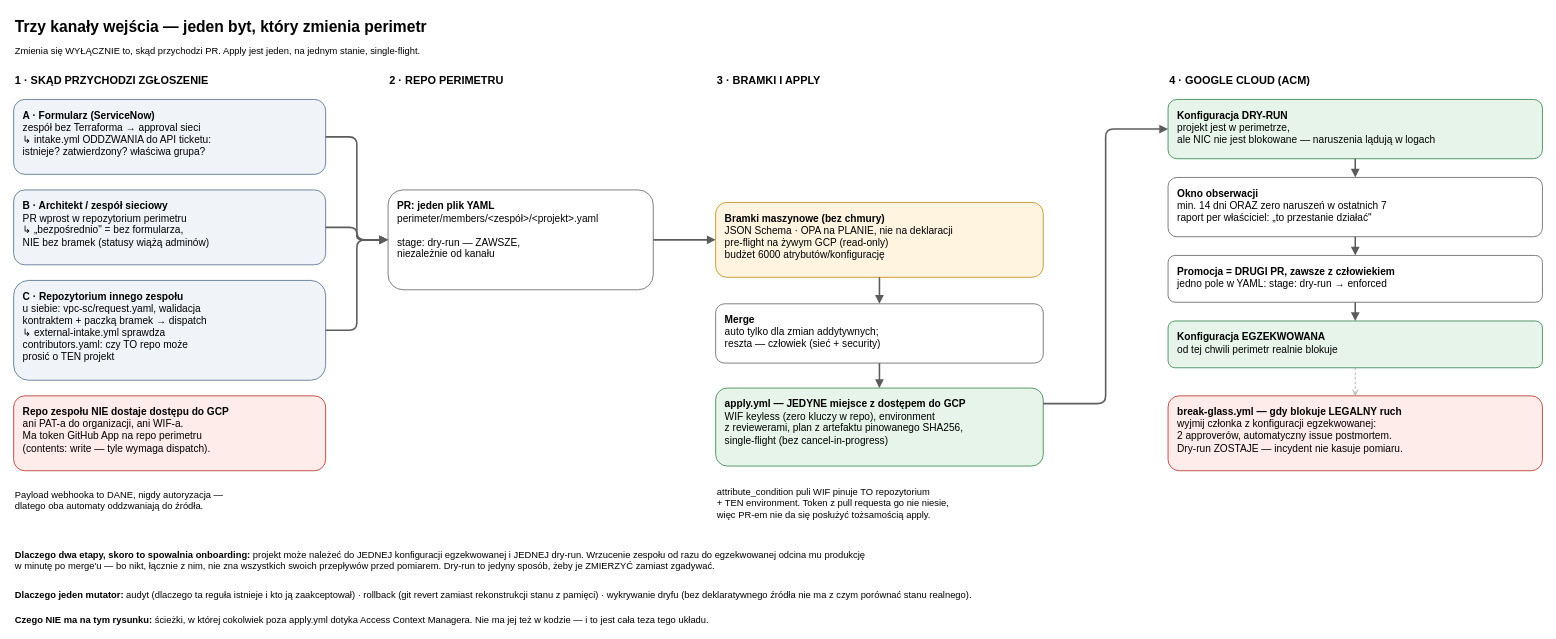
CptDolphin/gcp-vpc-sc keeps this draw.io diagram as docs/diagrams/D6-trzy-kanaly.drawio. Above is the earlier version. Source tidied: cells renumbered, new cells numbered last; positions are measured from the earlier drawing's top-left corner, leaving out a move shared by most shapes. Both pictures are drawn from the tidied source at 78%, with x=0, y=0 at pixel (13, 13).
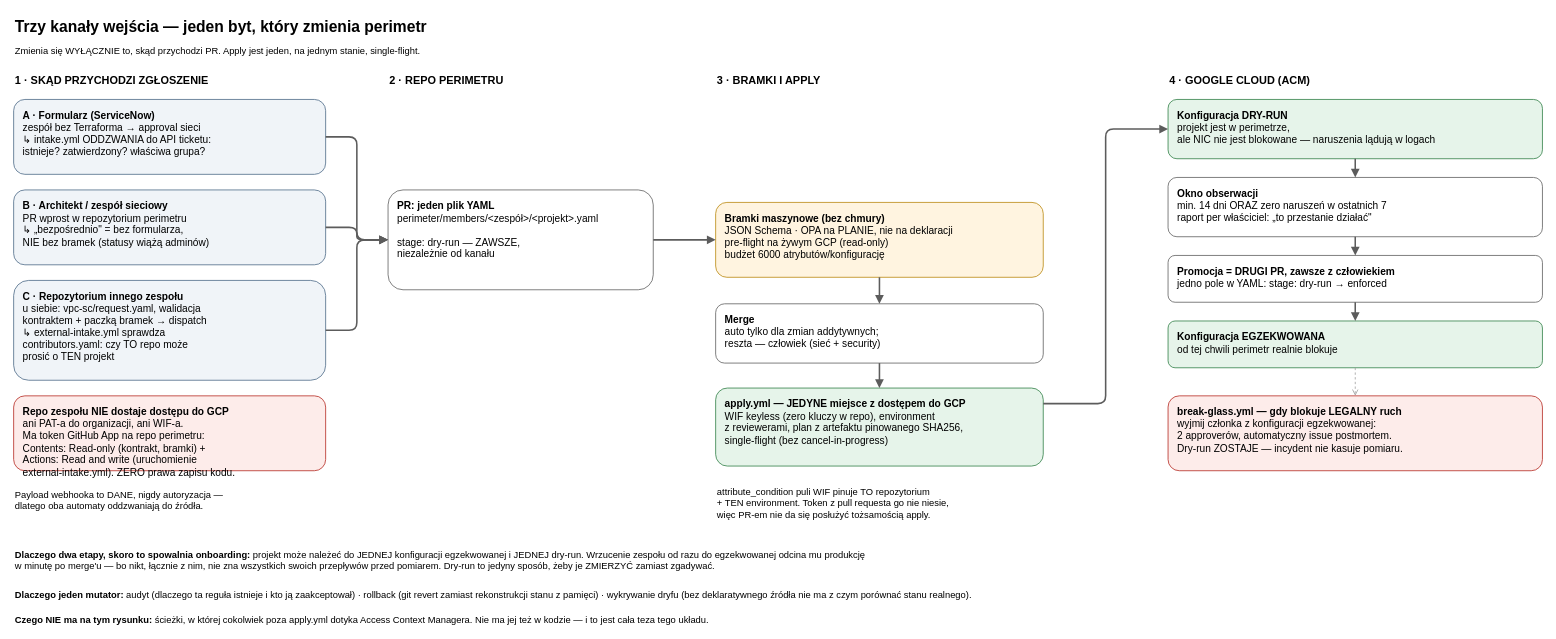
The same diagram, later.

The edit, as a diff of the source:
```diff
@@
-    <mxCell id="11" value="&lt;b&gt;Repo zespołu NIE dostaje dostępu do GCP&lt;/b&gt;&lt;br&gt;ani PAT-a do organizacji, ani WIF-a.&lt;br&gt;Ma token GitHub App na repo perimetru&lt;br&gt;(contents: write — tyle wymaga dispatch)." style="rounded=1;whiteSpace=wrap;html=1;fillColor=#fdecea;strokeColor=#b3261e;align=left;verticalAlign=top;spacingLeft=10;spacingTop=6;fontSize=13;" parent="1" vertex="1">
+    <mxCell id="11" value="&lt;b&gt;Repo zespołu NIE dostaje dostępu do GCP&lt;/b&gt;&lt;br&gt;ani PAT-a do organizacji, ani WIF-a.&lt;br&gt;Ma token GitHub App na repo perimetru:&lt;br&gt;Contents: Read-only (kontrakt, bramki) +&lt;br&gt;Actions: Read and write (uruchomienie&lt;br&gt;external-intake.yml). ZERO prawa zapisu kodu." style="rounded=1;whiteSpace=wrap;html=1;fillColor=#fdecea;strokeColor=#b3261e;align=left;verticalAlign=top;spacingLeft=10;spacingTop=6;fontSize=13;" parent="1" vertex="1">
       <mxGeometry y="490" width="400" height="96" as="geometry" />
     </mxCell>
```
